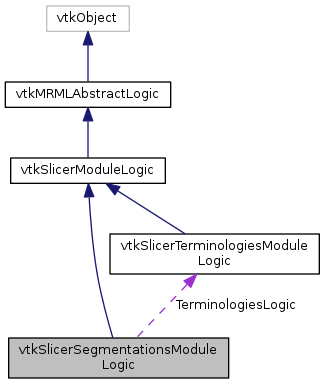
Above: master/classvtkSlicerSegmentationsModuleLogic__coll__graph.png in jamesobutler/apidocs.slicer.org (Graphviz), before the change. Its source is kept beside it as master/classvtkSlicerSegmentationsModuleLogic__coll__graph.dot. The source it was exported from:
```dot
digraph "vtkSlicerSegmentationsModuleLogic"
{
  bgcolor="transparent";
  edge [fontname="Helvetica",fontsize="10",labelfontname="Helvetica",labelfontsize="10"];
  node [fontname="Helvetica",fontsize="10",shape=record];
  Node4 [label="vtkSlicerSegmentationsModule\lLogic",height=0.2,width=0.4,color="black", fillcolor="grey75", style="filled", fontcolor="black"];
  Node5 -> Node4 [dir="back",color="midnightblue",fontsize="10",style="solid",fontname="Helvetica"];
  Node5 [label="vtkSlicerModuleLogic",height=0.2,width=0.4,color="black",URL="$classvtkSlicerModuleLogic.html"];
  Node6 -> Node5 [dir="back",color="midnightblue",fontsize="10",style="solid",fontname="Helvetica"];
  Node6 [label="vtkMRMLAbstractLogic",height=0.2,width=0.4,color="black",URL="$classvtkMRMLAbstractLogic.html",tooltip="Superclass for MRML logic classes. "];
  Node7 -> Node6 [dir="back",color="midnightblue",fontsize="10",style="solid",fontname="Helvetica"];
  Node7 [label="vtkObject",height=0.2,width=0.4,color="grey75"];
  Node8 -> Node4 [dir="back",color="darkorchid3",fontsize="10",style="dashed",label=" TerminologiesLogic" ,fontname="Helvetica"];
  Node8 [label="vtkSlicerTerminologiesModule\lLogic",height=0.2,width=0.4,color="black",URL="$classvtkSlicerTerminologiesModuleLogic.html"];
  Node5 -> Node8 [dir="back",color="midnightblue",fontsize="10",style="solid",fontname="Helvetica"];
}
```
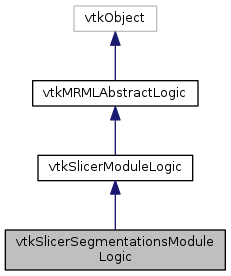
The same diagram one commit later.

What changed in the source:
```diff
@@ -10,7 +10,4 @@
   Node6 [label="vtkMRMLAbstractLogic",height=0.2,width=0.4,color="black",URL="$classvtkMRMLAbstractLogic.html",tooltip="Superclass for MRML logic classes. "];
   Node7 -> Node6 [dir="back",color="midnightblue",fontsize="10",style="solid",fontname="Helvetica"];
   Node7 [label="vtkObject",height=0.2,width=0.4,color="grey75"];
-  Node8 -> Node4 [dir="back",color="darkorchid3",fontsize="10",style="dashed",label=" TerminologiesLogic" ,fontname="Helvetica"];
-  Node8 [label="vtkSlicerTerminologiesModule\lLogic",height=0.2,width=0.4,color="black",URL="$classvtkSlicerTerminologiesModuleLogic.html"];
-  Node5 -> Node8 [dir="back",color="midnightblue",fontsize="10",style="solid",fontname="Helvetica"];
 }
```
